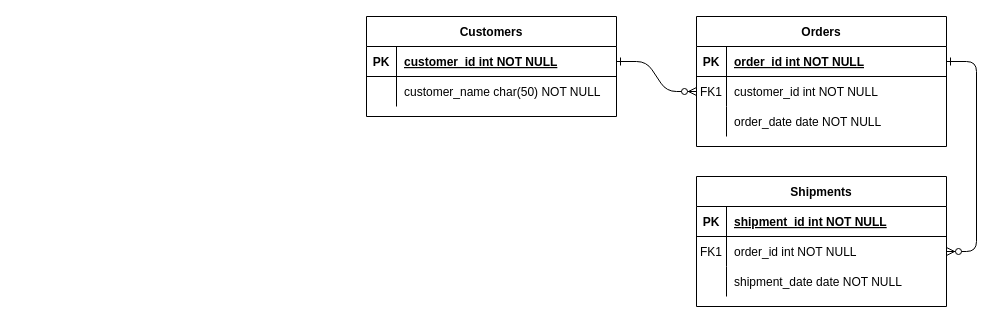
The draw.io diagram 제목 없는 다이어그램.drawio in SilicaDurumi/draw.io, before the edit. Source tidied: cells renumbered, new cells numbered last; positions are measured from the earlier drawing's top-left corner, leaving out a move shared by most shapes. Both pictures are drawn from the tidied source at 100%, with x=0, y=0 at pixel (366, 16).
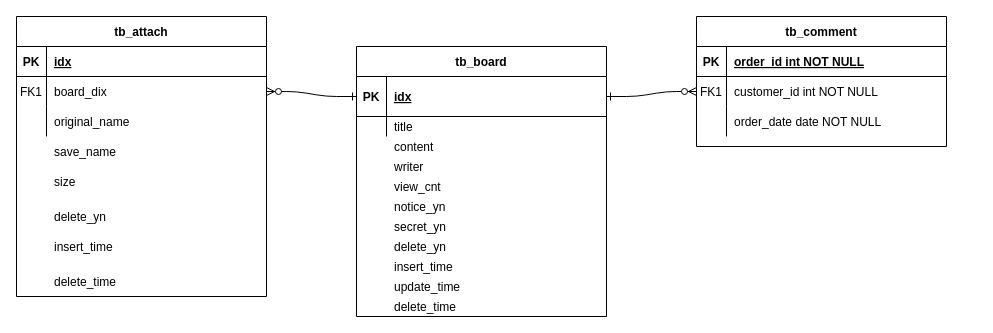
Above is the later version.

Commit message:
제목 없는 다이어그램.drawio 업데이트

The change refers to these unchanged cells:
```xml
<mxCell id="5" style="shape=partialRectangle;fillColor=none;points=[[0,0.5],[1,0.5]];portConstraint=eastwest;top=0;left=0;right=0;bottom=1;" parent="4" vertex="1">
  <mxGeometry y="30" width="250" height="30" as="geometry" />
</mxCell>
<mxCell id="15" style="shape=partialRectangle;fillColor=none;top=0;left=0;right=0;bottom=1;" parent="14" vertex="1">
  <mxGeometry y="30" width="250" height="30" as="geometry" />
</mxCell>
<mxCell id="18" style="shape=partialRectangle;fillColor=none;points=[[0,0.5],[1,0.5]];portConstraint=eastwest;top=0;left=0;right=0;bottom=0;" parent="14" vertex="1">
  <mxGeometry y="60" width="250" height="30" as="geometry" />
</mxCell>
<mxCell id="21" style="shape=partialRectangle;fillColor=none;top=0;left=0;right=0;bottom=0;" parent="14" vertex="1">
  <mxGeometry y="90" width="250" height="30" as="geometry" />
</mxCell>
```

The edit, as a diff of the source:
```diff
@@
-    <mxCell id="3" style="edgeStyle=entityRelationEdgeStyle;endArrow=ERzeroToMany;startArrow=ERone;endFill=1;startFill=0;" parent="1" edge="1" source="5" target="18">
+    <mxCell id="3" style="edgeStyle=entityRelationEdgeStyle;endArrow=ERzeroToMany;startArrow=ERone;endFill=1;startFill=0;exitX=0;exitY=0.5;exitDx=0;exitDy=0;" parent="1" edge="1" source="25" target="18">
       <mxGeometry relative="1" as="geometry" />
     </mxCell>
-    <mxCell id="4" value="Orders" style="shape=table;startSize=30;childLayout=tableLayout;rowLines=0;fontStyle=1;align=center;" parent="1" vertex="1">
+    <mxCell id="4" value="tb_comment" style="shape=table;startSize=30;childLayout=tableLayout;rowLines=0;fontStyle=1;align=center;" parent="1" vertex="1">
       <mxGeometry x="330" width="250" height="130" as="geometry" />
     </mxCell>
@@
-    <mxCell id="14" value="Shipments" style="shape=table;startSize=30;childLayout=tableLayout;rowLines=0;fontStyle=1;align=center;" parent="1" vertex="1">
-      <mxGeometry x="330" y="160" width="250" height="130" as="geometry" />
+    <mxCell id="14" value="tb_attach" style="shape=table;startSize=30;childLayout=tableLayout;rowLines=0;fontStyle=1;align=center;" parent="1" vertex="1">
+      <mxGeometry x="-350" width="250" height="280" as="geometry" />
     </mxCell>
@@
-    <mxCell id="17" value="shipment_id int NOT NULL " style="shape=partialRectangle;overflow=hidden;fillColor=none;top=0;left=0;bottom=0;right=0;align=left;spacingLeft=6;fontStyle=5;" parent="15" vertex="1">
+    <mxCell id="17" value="idx" style="shape=partialRectangle;overflow=hidden;fillColor=none;top=0;left=0;bottom=0;right=0;align=left;spacingLeft=6;fontStyle=5;" parent="15" vertex="1">
       <mxGeometry x="30" width="220" height="30" as="geometry" />
     </mxCell>
@@
-    <mxCell id="20" value="order_id int NOT NULL" style="shape=partialRectangle;overflow=hidden;fillColor=none;top=0;left=0;bottom=0;right=0;align=left;spacingLeft=6;" parent="18" vertex="1">
+    <mxCell id="20" value="board_dix" style="shape=partialRectangle;overflow=hidden;fillColor=none;top=0;left=0;bottom=0;right=0;align=left;spacingLeft=6;" parent="18" vertex="1">
       <mxGeometry x="30" width="220" height="30" as="geometry" />
     </mxCell>
@@
-    <mxCell id="23" value="shipment_date date NOT NULL" style="shape=partialRectangle;overflow=hidden;fillColor=none;top=0;left=0;bottom=0;right=0;align=left;spacingLeft=6;" parent="21" vertex="1">
+    <mxCell id="23" value="original_name" style="shape=partialRectangle;overflow=hidden;fillColor=none;top=0;left=0;bottom=0;right=0;align=left;spacingLeft=6;" parent="21" vertex="1">
       <mxGeometry x="30" width="220" height="30" as="geometry" />
     </mxCell>
-    <mxCell id="24" value="Customers" style="shape=table;startSize=30;childLayout=tableLayout;rowLines=0;fontStyle=1;align=center;" parent="1" vertex="1">
-      <mxGeometry width="250" height="100" as="geometry" />
+    <mxCell id="24" value="tb_board" style="shape=table;startSize=30;childLayout=tableLayout;rowLines=0;fontStyle=1;align=center;" parent="1" vertex="1">
+      <mxGeometry x="-10" y="30" width="250" height="270" as="geometry" />
     </mxCell>
     <mxCell id="25" style="shape=partialRectangle;fillColor=none;points=[[0,0.5],[1,0.5]];portConstraint=eastwest;top=0;left=0;right=0;bottom=1;" parent="24" vertex="1">
-      <mxGeometry y="30" width="250" height="30" as="geometry" />
+      <mxGeometry y="30" width="250" height="40" as="geometry" />
     </mxCell>
     <mxCell id="26" value="PK" style="shape=partialRectangle;overflow=hidden;fillColor=none;top=0;left=0;bottom=0;right=0;fontStyle=1;" parent="25" vertex="1">
-      <mxGeometry width="30" height="30" as="geometry" />
+      <mxGeometry width="30" height="40" as="geometry" />
     </mxCell>
-    <mxCell id="27" value="customer_id int NOT NULL " style="shape=partialRectangle;overflow=hidden;fillColor=none;top=0;left=0;bottom=0;right=0;align=left;spacingLeft=6;fontStyle=5;" parent="25" vertex="1">
-      <mxGeometry x="30" width="220" height="30" as="geometry" />
+    <mxCell id="27" value="idx" style="shape=partialRectangle;overflow=hidden;fillColor=none;top=0;left=0;bottom=0;right=0;align=left;spacingLeft=6;fontStyle=5;" parent="25" vertex="1">
+      <mxGeometry x="30" width="220" height="40" as="geometry" />
     </mxCell>
     <mxCell id="28" style="shape=partialRectangle;fillColor=none;top=0;left=0;right=0;bottom=0;" parent="24" vertex="1">
-      <mxGeometry y="60" width="250" height="30" as="geometry" />
+      <mxGeometry y="70" width="250" height="20" as="geometry" />
     </mxCell>
     <mxCell id="29" style="shape=partialRectangle;overflow=hidden;fillColor=none;top=0;left=0;bottom=0;right=0;" parent="28" vertex="1">
-      <mxGeometry width="30" height="30" as="geometry" />
+      <mxGeometry width="30" height="20" as="geometry" />
     </mxCell>
-    <mxCell id="30" value="customer_name char(50) NOT NULL" style="shape=partialRectangle;overflow=hidden;fillColor=none;top=0;left=0;bottom=0;right=0;align=left;spacingLeft=6;" parent="28" vertex="1">
-      <mxGeometry x="30" width="220" height="30" as="geometry" />
+    <mxCell id="30" value="title" style="shape=partialRectangle;overflow=hidden;fillColor=none;top=0;left=0;bottom=0;right=0;align=left;spacingLeft=6;" parent="28" vertex="1">
+      <mxGeometry x="30" width="220" height="20" as="geometry" />
     </mxCell>
+    <mxCell id="31" value="content" style="shape=partialRectangle;overflow=hidden;fillColor=none;top=0;left=0;bottom=0;right=0;align=left;spacingLeft=6;" parent="1" vertex="1">
+      <mxGeometry x="20" y="120" width="220" height="20" as="geometry" />
+    </mxCell>
+    <mxCell id="32" value="writer" style="shape=partialRectangle;overflow=hidden;fillColor=none;top=0;left=0;bottom=0;right=0;align=left;spacingLeft=6;" parent="1" vertex="1">
+      <mxGeometry x="20" y="140" width="220" height="20" as="geometry" />
+    </mxCell>
+    <mxCell id="33" value="view_cnt" style="shape=partialRectangle;overflow=hidden;fillColor=none;top=0;left=0;bottom=0;right=0;align=left;spacingLeft=6;" parent="1" vertex="1">
+      <mxGeometry x="20" y="160" width="220" height="20" as="geometry" />
+    </mxCell>
+    <mxCell id="34" value="notice_yn" style="shape=partialRectangle;overflow=hidden;fillColor=none;top=0;left=0;bottom=0;right=0;align=left;spacingLeft=6;" parent="1" vertex="1">
+      <mxGeometry x="20" y="180" width="220" height="20" as="geometry" />
+    </mxCell>
+    <mxCell id="35" value="secret_yn" style="shape=partialRectangle;overflow=hidden;fillColor=none;top=0;left=0;bottom=0;right=0;align=left;spacingLeft=6;" parent="1" vertex="1">
+      <mxGeometry x="20" y="200" width="220" height="20" as="geometry" />
+    </mxCell>
+    <mxCell id="36" value="delete_yn" style="shape=partialRectangle;overflow=hidden;fillColor=none;top=0;left=0;bottom=0;right=0;align=left;spacingLeft=6;" parent="1" vertex="1">
+      <mxGeometry x="20" y="220" width="220" height="20" as="geometry" />
+    </mxCell>
+    <mxCell id="37" value="insert_time" style="shape=partialRectangle;overflow=hidden;fillColor=none;top=0;left=0;bottom=0;right=0;align=left;spacingLeft=6;" parent="1" vertex="1">
+      <mxGeometry x="20" y="240" width="220" height="20" as="geometry" />
+    </mxCell>
+    <mxCell id="38" value="update_time" style="shape=partialRectangle;overflow=hidden;fillColor=none;top=0;left=0;bottom=0;right=0;align=left;spacingLeft=6;" parent="1" vertex="1">
+      <mxGeometry x="20" y="260" width="220" height="20" as="geometry" />
+    </mxCell>
+    <mxCell id="39" value="delete_time" style="shape=partialRectangle;overflow=hidden;fillColor=none;top=0;left=0;bottom=0;right=0;align=left;spacingLeft=6;" parent="1" vertex="1">
+      <mxGeometry x="20" y="280" width="220" height="20" as="geometry" />
+    </mxCell>
+    <mxCell id="40" value="size" style="shape=partialRectangle;overflow=hidden;fillColor=none;top=0;left=0;bottom=0;right=0;align=left;spacingLeft=6;" parent="1" vertex="1">
+      <mxGeometry x="-320" y="150" width="220" height="30" as="geometry" />
+    </mxCell>
+    <mxCell id="41" value="delete_yn" style="shape=partialRectangle;overflow=hidden;fillColor=none;top=0;left=0;bottom=0;right=0;align=left;spacingLeft=6;" parent="1" vertex="1">
+      <mxGeometry x="-320" y="185" width="220" height="30" as="geometry" />
+    </mxCell>
+    <mxCell id="42" value="insert_time" style="shape=partialRectangle;overflow=hidden;fillColor=none;top=0;left=0;bottom=0;right=0;align=left;spacingLeft=6;" parent="1" vertex="1">
+      <mxGeometry x="-320" y="215" width="220" height="30" as="geometry" />
+    </mxCell>
+    <mxCell id="43" value="delete_time" style="shape=partialRectangle;overflow=hidden;fillColor=none;top=0;left=0;bottom=0;right=0;align=left;spacingLeft=6;" parent="1" vertex="1">
+      <mxGeometry x="-320" y="250" width="220" height="30" as="geometry" />
+    </mxCell>
+    <mxCell id="44" value="save_name" style="shape=partialRectangle;overflow=hidden;fillColor=none;top=0;left=0;bottom=0;right=0;align=left;spacingLeft=6;" parent="1" vertex="1">
+      <mxGeometry x="-320" y="120" width="220" height="30" as="geometry" />
+    </mxCell>
```
